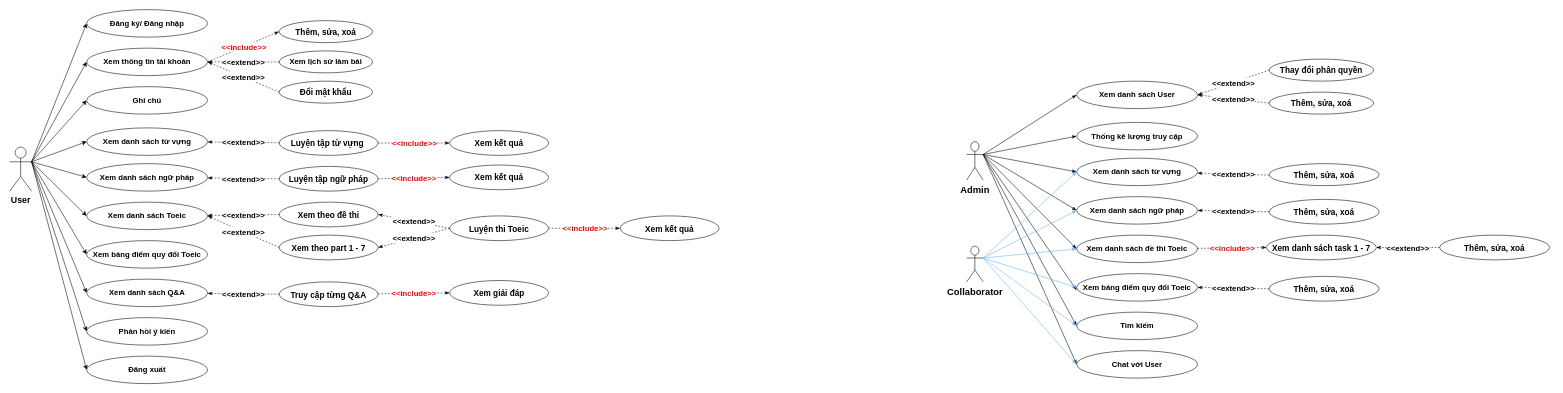
This is page "UCD" (2 of 6) of ToeicTestProjectDiagram.drawio from KimOanh0310/ToeicTestProject, a draw.io file, before an edit. Source tidied: cells renumbered, new cells numbered last; positions are measured from the earlier drawing's top-left corner, leaving out a move shared by most shapes. Both pictures are drawn from the tidied source at 55%, with x=0, y=0 at pixel (9, 9).
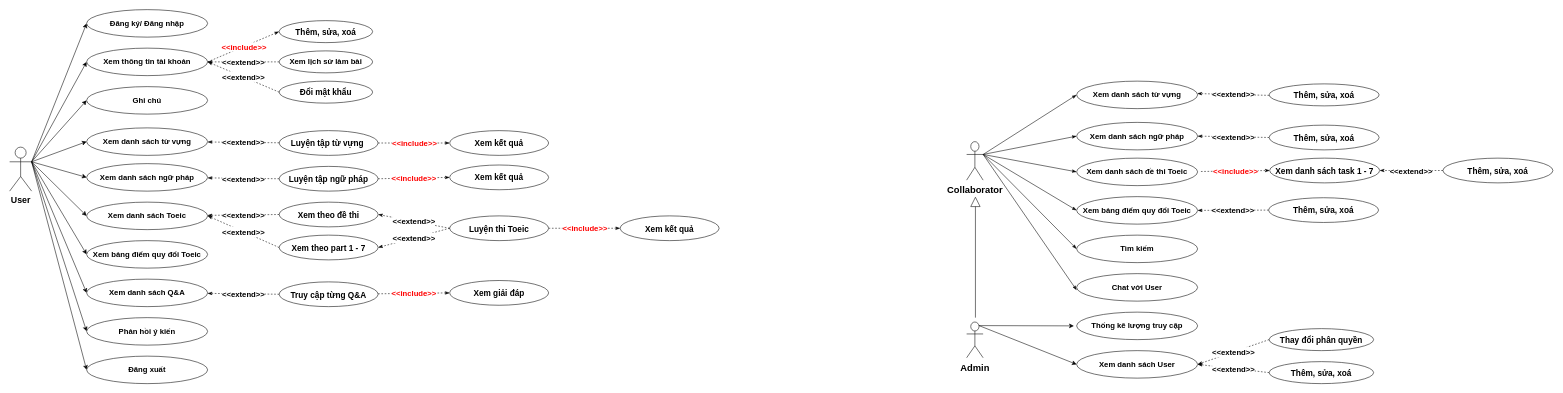
After the change.

Diff of the diagram source:
```diff
@@
-    <mxCell id="64" value="&lt;b&gt;&lt;font style=&quot;font-size: 14px;&quot;&gt;Chat với User&lt;/font&gt;&lt;/b&gt;" style="ellipse;whiteSpace=wrap;html=1;rounded=0;sketch=0;strokeColor=#000000;" parent="1" vertex="1">
+    <mxCell id="64" value="&lt;b&gt;&lt;font style=&quot;font-size: 14px;&quot;&gt;Xem danh sách User&lt;/font&gt;&lt;/b&gt;" style="ellipse;whiteSpace=wrap;html=1;rounded=0;sketch=0;strokeColor=#000000;" parent="1" vertex="1">
       <mxGeometry x="1940" y="620" width="220" height="50" as="geometry" />
     </mxCell>
-    <mxCell id="65" value="&lt;b&gt;&lt;font style=&quot;font-size: 14px;&quot;&gt;Xem danh sách User&lt;/font&gt;&lt;/b&gt;" style="ellipse;whiteSpace=wrap;html=1;rounded=0;sketch=0;strokeColor=#000000;" parent="1" vertex="1">
+    <mxCell id="65" value="&lt;b&gt;&lt;font style=&quot;font-size: 14px;&quot;&gt;Xem danh sách từ vựng&lt;/font&gt;&lt;/b&gt;" style="ellipse;whiteSpace=wrap;html=1;rounded=0;sketch=0;strokeColor=#000000;" parent="1" vertex="1">
       <mxGeometry x="1940" y="130" width="220" height="50" as="geometry" />
     </mxCell>
-    <mxCell id="66" value="&lt;b&gt;&lt;font style=&quot;font-size: 14px;&quot;&gt;Tìm kiếm&lt;/font&gt;&lt;/b&gt;" style="ellipse;whiteSpace=wrap;html=1;rounded=0;sketch=0;strokeColor=#000000;" parent="1" vertex="1">
+    <mxCell id="66" value="&lt;b&gt;&lt;font style=&quot;font-size: 14px;&quot;&gt;Thống kê lượng truy cập&lt;/font&gt;&lt;/b&gt;" style="ellipse;whiteSpace=wrap;html=1;rounded=0;sketch=0;strokeColor=#000000;" parent="1" vertex="1">
       <mxGeometry x="1940" y="550" width="220" height="50" as="geometry" />
     </mxCell>
-    <mxCell id="67" value="&lt;b&gt;&lt;font style=&quot;font-size: 14px;&quot;&gt;Xem danh sách đề thi Toeic&lt;/font&gt;&lt;/b&gt;" style="ellipse;whiteSpace=wrap;html=1;rounded=0;sketch=0;strokeColor=#000000;" parent="1" vertex="1">
+    <mxCell id="67" value="&lt;b&gt;&lt;font style=&quot;font-size: 14px;&quot;&gt;Tìm kiếm&lt;/font&gt;&lt;/b&gt;" style="ellipse;whiteSpace=wrap;html=1;rounded=0;sketch=0;strokeColor=#000000;" parent="1" vertex="1">
       <mxGeometry x="1940" y="410" width="220" height="50" as="geometry" />
     </mxCell>
-    <mxCell id="68" value="&lt;b&gt;&lt;font style=&quot;font-size: 14px;&quot;&gt;Xem bảng điểm quy đổi Toeic&lt;/font&gt;&lt;/b&gt;" style="ellipse;whiteSpace=wrap;html=1;rounded=0;sketch=0;strokeColor=#000000;" parent="1" vertex="1">
+    <mxCell id="68" value="&lt;b&gt;&lt;font style=&quot;font-size: 14px;&quot;&gt;Chat với User&lt;/font&gt;&lt;/b&gt;" style="ellipse;whiteSpace=wrap;html=1;rounded=0;sketch=0;strokeColor=#000000;" parent="1" vertex="1">
       <mxGeometry x="1940" y="480" width="220" height="50" as="geometry" />
     </mxCell>
-    <mxCell id="69" value="&lt;b&gt;&lt;font style=&quot;font-size: 14px;&quot;&gt;Thống kê lượng truy cập&lt;/font&gt;&lt;/b&gt;" style="ellipse;whiteSpace=wrap;html=1;rounded=0;sketch=0;strokeColor=#000000;direction=west;" parent="1" vertex="1">
+    <mxCell id="69" value="&lt;span style=&quot;font-size: 14px;&quot;&gt;&lt;b&gt;Xem danh sách ngữ pháp&lt;/b&gt;&lt;/span&gt;" style="ellipse;whiteSpace=wrap;html=1;rounded=0;sketch=0;strokeColor=#000000;direction=west;" parent="1" vertex="1">
       <mxGeometry x="1940" y="205" width="220" height="50" as="geometry" />
     </mxCell>
-    <mxCell id="70" value="&lt;b&gt;&lt;font style=&quot;font-size: 14px;&quot;&gt;Xem danh sách từ vựng&lt;/font&gt;&lt;/b&gt;" style="ellipse;whiteSpace=wrap;html=1;rounded=0;sketch=0;strokeColor=#000000;" parent="1" vertex="1">
+    <mxCell id="70" value="&lt;font style=&quot;font-size: 14px;&quot;&gt;&lt;b&gt;Xem danh sách đề thi Toeic&lt;/b&gt;&lt;/font&gt;" style="ellipse;whiteSpace=wrap;html=1;rounded=0;sketch=0;strokeColor=#000000;" parent="1" vertex="1">
       <mxGeometry x="1940" y="270" width="220" height="50" as="geometry" />
     </mxCell>
-    <mxCell id="71" value="&lt;b&gt;&lt;font style=&quot;font-size: 14px;&quot;&gt;Xem danh sách ngữ pháp&lt;/font&gt;&lt;/b&gt;" style="ellipse;whiteSpace=wrap;html=1;rounded=0;sketch=0;strokeColor=#000000;" parent="1" vertex="1">
+    <mxCell id="71" value="&lt;b&gt;&lt;font style=&quot;font-size: 14px;&quot;&gt;Xem bảng điểm quy đổi Toeic&lt;/font&gt;&lt;/b&gt;" style="ellipse;whiteSpace=wrap;html=1;rounded=0;sketch=0;strokeColor=#000000;" parent="1" vertex="1">
       <mxGeometry x="1940" y="340" width="220" height="50" as="geometry" />
     </mxCell>
@@
-    <mxCell id="78" style="edgeStyle=none;rounded=1;sketch=0;jettySize=auto;html=1;exitX=1;exitY=0.3333333333333333;exitDx=0;exitDy=0;exitPerimeter=0;entryX=0;entryY=0.5;entryDx=0;entryDy=0;fontSize=17;fontColor=#000000;endArrow=classicThin;endFill=1;strokeColor=#000000;" parent="1" edge="1" source="80" target="66">
-      <mxGeometry relative="1" as="geometry" />
-    </mxCell>
-    <mxCell id="79" style="edgeStyle=none;rounded=1;sketch=0;jettySize=auto;html=1;exitX=1;exitY=0.3333333333333333;exitDx=0;exitDy=0;exitPerimeter=0;entryX=0;entryY=0.5;entryDx=0;entryDy=0;fontSize=17;fontColor=#000000;endArrow=classicThin;endFill=1;strokeColor=#000000;" parent="1" edge="1" source="80" target="64">
-      <mxGeometry relative="1" as="geometry" />
-    </mxCell>
-    <mxCell id="80" value="&lt;b&gt;&lt;font style=&quot;font-size: 17px;&quot;&gt;Admin&lt;/font&gt;&lt;/b&gt;" style="shape=umlActor;verticalLabelPosition=bottom;verticalAlign=top;html=1;outlineConnect=0;rounded=0;sketch=0;fontSize=19;fontColor=#000000;strokeColor=#000000;" parent="1" vertex="1">
+    <mxCell id="80" value="&lt;b&gt;&lt;font style=&quot;font-size: 17px;&quot;&gt;Collaborator&lt;/font&gt;&lt;/b&gt;" style="shape=umlActor;verticalLabelPosition=bottom;verticalAlign=top;html=1;outlineConnect=0;rounded=0;sketch=0;fontSize=19;fontColor=#000000;strokeColor=#000000;" parent="1" vertex="1">
       <mxGeometry x="1740" y="240" width="30" height="70" as="geometry" />
     </mxCell>
-    <mxCell id="81" style="edgeStyle=none;rounded=1;sketch=0;jettySize=auto;html=1;exitX=1;exitY=0.3333333333333333;exitDx=0;exitDy=0;exitPerimeter=0;entryX=0;entryY=0.5;entryDx=0;entryDy=0;fontSize=17;fontColor=#000000;endArrow=classicThin;endFill=1;strokeColor=#66B2FF;fillColor=#0050ef;" parent="1" edge="1" source="87" target="70">
-      <mxGeometry relative="1" as="geometry" />
-    </mxCell>
-    <mxCell id="82" style="edgeStyle=none;rounded=1;sketch=0;jettySize=auto;html=1;exitX=1;exitY=0.3333333333333333;exitDx=0;exitDy=0;exitPerimeter=0;entryX=0;entryY=0.5;entryDx=0;entryDy=0;fontSize=17;fontColor=#000000;endArrow=classicThin;endFill=1;strokeColor=#66B2FF;fillColor=#0050ef;" parent="1" edge="1" source="87" target="71">
-      <mxGeometry relative="1" as="geometry" />
-    </mxCell>
-    <mxCell id="83" style="edgeStyle=none;rounded=1;sketch=0;jettySize=auto;html=1;exitX=1;exitY=0.3333333333333333;exitDx=0;exitDy=0;exitPerimeter=0;entryX=0;entryY=0.5;entryDx=0;entryDy=0;fontSize=17;fontColor=#000000;endArrow=classicThin;endFill=1;strokeColor=#66B2FF;fillColor=#0050ef;" parent="1" edge="1" source="87" target="67">
-      <mxGeometry relative="1" as="geometry" />
-    </mxCell>
-    <mxCell id="84" style="edgeStyle=none;rounded=1;sketch=0;jettySize=auto;html=1;exitX=1;exitY=0.3333333333333333;exitDx=0;exitDy=0;exitPerimeter=0;entryX=0;entryY=0.5;entryDx=0;entryDy=0;fontSize=17;fontColor=#000000;endArrow=classicThin;endFill=1;strokeColor=#66B2FF;fillColor=#0050ef;" parent="1" edge="1" source="87" target="68">
-      <mxGeometry relative="1" as="geometry" />
-    </mxCell>
-    <mxCell id="85" style="edgeStyle=none;rounded=1;sketch=0;jettySize=auto;html=1;exitX=1;exitY=0.3333333333333333;exitDx=0;exitDy=0;exitPerimeter=0;entryX=0;entryY=0.5;entryDx=0;entryDy=0;fontSize=17;fontColor=#000000;endArrow=classicThin;endFill=1;strokeColor=#66B2FF;fillColor=#0050ef;" parent="1" edge="1" source="87" target="66">
-      <mxGeometry relative="1" as="geometry" />
-    </mxCell>
-    <mxCell id="86" style="edgeStyle=none;rounded=1;sketch=0;jettySize=auto;html=1;exitX=1;exitY=0.3333333333333333;exitDx=0;exitDy=0;exitPerimeter=0;entryX=0;entryY=0.5;entryDx=0;entryDy=0;fontSize=17;fontColor=#000000;endArrow=classicThin;endFill=1;strokeColor=#66B2FF;fillColor=#0050ef;" parent="1" edge="1" source="87" target="64">
-      <mxGeometry relative="1" as="geometry" />
-    </mxCell>
-    <mxCell id="87" value="&lt;b&gt;&lt;font style=&quot;font-size: 17px;&quot;&gt;Collaborator&lt;/font&gt;&lt;/b&gt;" style="shape=umlActor;verticalLabelPosition=bottom;verticalAlign=top;html=1;outlineConnect=0;rounded=0;sketch=0;fontSize=19;fontColor=#000000;strokeColor=#000000;" parent="1" vertex="1">
-      <mxGeometry x="1740" y="430" width="30" height="65" as="geometry" />
+    <mxCell id="87" value="&lt;b&gt;&lt;font style=&quot;font-size: 17px;&quot;&gt;Admin&lt;/font&gt;&lt;/b&gt;" style="shape=umlActor;verticalLabelPosition=bottom;verticalAlign=top;html=1;outlineConnect=0;rounded=0;sketch=0;fontSize=19;fontColor=#000000;strokeColor=#000000;" parent="1" vertex="1">
+      <mxGeometry x="1740" y="568" width="30" height="65" as="geometry" />
     </mxCell>
-    <mxCell id="88" value="&lt;b&gt;&lt;font style=&quot;font-size: 15px;&quot;&gt;Thay đổi phân quyền&lt;/font&gt;&lt;/b&gt;" style="ellipse;whiteSpace=wrap;html=1;rounded=0;sketch=0;fontSize=12;strokeColor=#000000;" parent="1" vertex="1">
-      <mxGeometry x="2290" y="90" width="190" height="40" as="geometry" />
-    </mxCell>
-    <mxCell id="89" value="&lt;b&gt;&lt;font style=&quot;font-size: 15px;&quot;&gt;Thêm, sửa, xoá&lt;/font&gt;&lt;/b&gt;" style="ellipse;whiteSpace=wrap;html=1;rounded=0;sketch=0;fontSize=12;strokeColor=#000000;" parent="1" vertex="1">
-      <mxGeometry x="2290" y="150" width="190" height="40" as="geometry" />
-    </mxCell>
-    <mxCell id="90" value="&lt;font style=&quot;font-size: 14px;&quot;&gt;&lt;b&gt;&amp;lt;&amp;lt;extend&amp;gt;&amp;gt;&lt;/b&gt;&lt;/font&gt;" style="endArrow=classicThin;html=1;rounded=1;dashed=1;sketch=0;fontSize=16;strokeColor=#000000;endFill=1;exitX=0;exitY=0.5;exitDx=0;exitDy=0;" parent="1" edge="1" target="70">
+    <mxCell id="90" value="&lt;font style=&quot;font-size: 14px;&quot;&gt;&lt;b&gt;&amp;lt;&amp;lt;extend&amp;gt;&amp;gt;&lt;/b&gt;&lt;/font&gt;" style="endArrow=classicThin;html=1;rounded=1;dashed=1;sketch=0;fontSize=16;strokeColor=#000000;endFill=1;exitX=0;exitY=0.5;exitDx=0;exitDy=0;" parent="1" edge="1">
       <mxGeometry relative="1" as="geometry">
-        <mxPoint x="2290" y="300.9" as="sourcePoint" />
+        <mxPoint x="2290" y="155.9" as="sourcePoint" />
+        <mxPoint x="2159.4" y="152.6" as="targetPoint" />
       </mxGeometry>
     </mxCell>
@@
-    <mxCell id="92" value="&lt;font style=&quot;font-size: 14px;&quot;&gt;&lt;b&gt;&amp;lt;&amp;lt;extend&amp;gt;&amp;gt;&lt;/b&gt;&lt;/font&gt;" style="endArrow=classicThin;html=1;rounded=1;dashed=1;sketch=0;fontSize=16;strokeColor=#000000;endFill=1;exitX=0;exitY=0.5;exitDx=0;exitDy=0;entryX=1;entryY=0.5;entryDx=0;entryDy=0;" parent="1" edge="1" source="88" target="65">
-      <mxGeometry relative="1" as="geometry" />
-    </mxCell>
-    <mxCell id="93" style="edgeLabel;html=1;align=center;verticalAlign=middle;rounded=0;sketch=0;fontSize=16;strokeColor=#000000;" parent="92" vertex="1">
-      <mxGeometry relative="1" as="geometry" />
-    </mxCell>
-    <mxCell id="94" value="&lt;font style=&quot;font-size: 14px;&quot;&gt;&lt;b&gt;&amp;lt;&amp;lt;extend&amp;gt;&amp;gt;&lt;/b&gt;&lt;/font&gt;" style="endArrow=classicThin;html=1;rounded=1;dashed=1;sketch=0;fontSize=16;strokeColor=#000000;endFill=1;exitX=0;exitY=0.5;exitDx=0;exitDy=0;entryX=1;entryY=0.5;entryDx=0;entryDy=0;" parent="1" edge="1" source="100" target="68">
-      <mxGeometry relative="1" as="geometry" />
+    <mxCell id="94" value="&lt;font style=&quot;font-size: 14px;&quot;&gt;&lt;b&gt;&amp;lt;&amp;lt;extend&amp;gt;&amp;gt;&lt;/b&gt;&lt;/font&gt;" style="endArrow=classicThin;html=1;rounded=1;dashed=1;sketch=0;fontSize=16;strokeColor=#000000;endFill=1;exitX=0;exitY=0.5;exitDx=0;exitDy=0;" parent="1" edge="1" source="100">
+      <mxGeometry relative="1" as="geometry">
+        <mxPoint x="2160" y="365" as="targetPoint" />
+      </mxGeometry>
     </mxCell>
@@
-    <mxCell id="96" value="&lt;font style=&quot;font-size: 14px;&quot;&gt;&lt;b&gt;&amp;lt;&amp;lt;extend&amp;gt;&amp;gt;&lt;/b&gt;&lt;/font&gt;" style="endArrow=classicThin;html=1;rounded=1;dashed=1;sketch=0;fontSize=16;strokeColor=#000000;endFill=1;exitX=0;exitY=0.5;exitDx=0;exitDy=0;entryX=1;entryY=0.5;entryDx=0;entryDy=0;" parent="1" edge="1" source="102" target="71">
-      <mxGeometry relative="1" as="geometry" />
+    <mxCell id="96" value="&lt;font style=&quot;font-size: 14px;&quot;&gt;&lt;b&gt;&amp;lt;&amp;lt;extend&amp;gt;&amp;gt;&lt;/b&gt;&lt;/font&gt;" style="endArrow=classicThin;html=1;rounded=1;dashed=1;sketch=0;fontSize=16;strokeColor=#000000;endFill=1;exitX=0;exitY=0.5;exitDx=0;exitDy=0;entryX=1;entryY=0.5;entryDx=0;entryDy=0;" parent="1" edge="1" source="102">
+      <mxGeometry relative="1" as="geometry">
+        <mxPoint x="2160" y="230" as="targetPoint" />
+      </mxGeometry>
     </mxCell>
@@
-    <mxCell id="98" value="&lt;font style=&quot;font-size: 14px;&quot;&gt;&lt;b&gt;&amp;lt;&amp;lt;extend&amp;gt;&amp;gt;&lt;/b&gt;&lt;/font&gt;" style="endArrow=classicThin;html=1;rounded=1;dashed=1;sketch=0;fontSize=16;strokeColor=#000000;endFill=1;exitX=0;exitY=0.5;exitDx=0;exitDy=0;entryX=1;entryY=0.5;entryDx=0;entryDy=0;" parent="1" edge="1" source="89" target="65">
-      <mxGeometry relative="1" as="geometry" />
-    </mxCell>
-    <mxCell id="99" style="edgeLabel;html=1;align=center;verticalAlign=middle;rounded=0;sketch=0;fontSize=16;strokeColor=#000000;" parent="98" vertex="1">
-      <mxGeometry relative="1" as="geometry" />
-    </mxCell>
     <mxCell id="100" value="&lt;b&gt;&lt;font style=&quot;font-size: 15px;&quot;&gt;Thêm, sửa, xoá&lt;/font&gt;&lt;/b&gt;" style="ellipse;whiteSpace=wrap;html=1;rounded=0;sketch=0;fontSize=12;strokeColor=#000000;" parent="1" vertex="1">
-      <mxGeometry x="2290" y="485" width="200" height="45" as="geometry" />
+      <mxGeometry x="2289" y="342" width="200" height="45" as="geometry" />
     </mxCell>
     <mxCell id="101" value="&lt;b&gt;&lt;font style=&quot;font-size: 15px;&quot;&gt;Thêm, sửa, xoá&lt;/font&gt;&lt;/b&gt;" style="ellipse;whiteSpace=wrap;html=1;rounded=0;sketch=0;fontSize=12;strokeColor=#000000;" parent="1" vertex="1">
-      <mxGeometry x="2290" y="280" width="200" height="40" as="geometry" />
+      <mxGeometry x="2290" y="135" width="200" height="40" as="geometry" />
     </mxCell>
     <mxCell id="102" value="&lt;b&gt;&lt;font style=&quot;font-size: 15px;&quot;&gt;Thêm, sửa, xoá&lt;/font&gt;&lt;/b&gt;" style="ellipse;whiteSpace=wrap;html=1;rounded=0;sketch=0;fontSize=12;strokeColor=#000000;" parent="1" vertex="1">
-      <mxGeometry x="2290" y="345" width="200" height="45" as="geometry" />
+      <mxGeometry x="2290" y="210" width="200" height="45" as="geometry" />
     </mxCell>
     <mxCell id="103" value="&lt;b&gt;&lt;font style=&quot;font-size: 15px;&quot;&gt;Xem danh sách task 1 - 7&lt;/font&gt;&lt;/b&gt;" style="ellipse;whiteSpace=wrap;html=1;rounded=0;sketch=0;fontSize=12;strokeColor=#000000;" parent="1" vertex="1">
-      <mxGeometry x="2285" y="410" width="200" height="45" as="geometry" />
+      <mxGeometry x="2291" y="270" width="200" height="45" as="geometry" />
     </mxCell>
-    <mxCell id="104" style="endArrow=classicThin;html=1;rounded=1;dashed=1;sketch=0;fontSize=14;strokeColor=#000000;entryX=0;entryY=0.5;entryDx=0;entryDy=0;endFill=1;" parent="1" edge="1" source="67" target="103">
-      <mxGeometry relative="1" as="geometry" />
+    <mxCell id="104" style="endArrow=classicThin;html=1;rounded=1;dashed=1;sketch=0;fontSize=14;strokeColor=#000000;entryX=0;entryY=0.5;entryDx=0;entryDy=0;endFill=1;" parent="1" edge="1" target="103">
+      <mxGeometry relative="1" as="geometry">
+        <mxPoint x="2166" y="294.3" as="sourcePoint" />
+      </mxGeometry>
     </mxCell>
@@
     <mxCell id="106" value="&lt;b&gt;&lt;font style=&quot;font-size: 15px;&quot;&gt;Thêm, sửa, xoá&lt;/font&gt;&lt;/b&gt;" style="ellipse;whiteSpace=wrap;html=1;rounded=0;sketch=0;fontSize=12;strokeColor=#000000;" parent="1" vertex="1">
-      <mxGeometry x="2600" y="410" width="200" height="45" as="geometry" />
+      <mxGeometry x="2606" y="270" width="200" height="45" as="geometry" />
     </mxCell>
@@
+    <mxCell id="88" value="&lt;b&gt;&lt;font style=&quot;font-size: 15px;&quot;&gt;Thay đổi phân quyền&lt;/font&gt;&lt;/b&gt;" style="ellipse;whiteSpace=wrap;html=1;rounded=0;sketch=0;fontSize=12;strokeColor=#000000;" parent="1" vertex="1">
+      <mxGeometry x="2290" y="580" width="190" height="40" as="geometry" />
+    </mxCell>
+    <mxCell id="89" value="&lt;b&gt;&lt;font style=&quot;font-size: 15px;&quot;&gt;Thêm, sửa, xoá&lt;/font&gt;&lt;/b&gt;" style="ellipse;whiteSpace=wrap;html=1;rounded=0;sketch=0;fontSize=12;strokeColor=#000000;" parent="1" vertex="1">
+      <mxGeometry x="2290" y="640" width="190" height="40" as="geometry" />
+    </mxCell>
+    <mxCell id="109" value="&lt;font style=&quot;font-size: 14px;&quot;&gt;&lt;b&gt;&amp;lt;&amp;lt;extend&amp;gt;&amp;gt;&lt;/b&gt;&lt;/font&gt;" style="endArrow=classicThin;html=1;rounded=1;dashed=1;sketch=0;fontSize=16;strokeColor=#000000;endFill=1;exitX=0;exitY=0.5;exitDx=0;exitDy=0;entryX=1;entryY=0.5;entryDx=0;entryDy=0;" parent="1" edge="1" source="88">
+      <mxGeometry relative="1" as="geometry">
+        <mxPoint x="2160" y="645" as="targetPoint" />
+      </mxGeometry>
+    </mxCell>
+    <mxCell id="110" style="edgeLabel;html=1;align=center;verticalAlign=middle;rounded=0;sketch=0;fontSize=16;strokeColor=#000000;" parent="109" vertex="1">
+      <mxGeometry relative="1" as="geometry" />
+    </mxCell>
+    <mxCell id="111" value="&lt;font style=&quot;font-size: 14px;&quot;&gt;&lt;b&gt;&amp;lt;&amp;lt;extend&amp;gt;&amp;gt;&lt;/b&gt;&lt;/font&gt;" style="endArrow=classicThin;html=1;rounded=1;dashed=1;sketch=0;fontSize=16;strokeColor=#000000;endFill=1;exitX=0;exitY=0.5;exitDx=0;exitDy=0;entryX=1;entryY=0.5;entryDx=0;entryDy=0;" parent="1" edge="1" source="89">
+      <mxGeometry relative="1" as="geometry">
+        <mxPoint x="2160" y="645" as="targetPoint" />
+      </mxGeometry>
+    </mxCell>
+    <mxCell id="112" style="edgeLabel;html=1;align=center;verticalAlign=middle;rounded=0;sketch=0;fontSize=16;strokeColor=#000000;" parent="111" vertex="1">
+      <mxGeometry relative="1" as="geometry" />
+    </mxCell>
+    <mxCell id="113" style="endArrow=block;endSize=16;endFill=0;html=1;rounded=0;fontSize=14;targetPerimeterSpacing=5;strokeWidth=1;" parent="1" edge="1">
+      <mxGeometry x="-1" y="392" relative="1" as="geometry">
+        <mxPoint x="1756" y="560" as="sourcePoint" />
+        <mxPoint x="1756" y="340" as="targetPoint" />
+        <mxPoint x="-390" y="352" as="offset" />
+      </mxGeometry>
+    </mxCell>
+    <mxCell id="85" style="endArrow=classic;html=1;rounded=0;fontSize=14;targetPerimeterSpacing=5;strokeWidth=1;exitX=0.75;exitY=0.1;exitDx=0;exitDy=0;exitPerimeter=0;" parent="1" edge="1" source="87" target="66">
+      <mxGeometry relative="1" as="geometry" />
+    </mxCell>
+    <mxCell id="114" style="endArrow=classic;html=1;rounded=0;fontSize=14;targetPerimeterSpacing=5;strokeWidth=1;exitX=0.75;exitY=0.1;exitDx=0;exitDy=0;exitPerimeter=0;" parent="1" edge="1" source="87">
+      <mxGeometry relative="1" as="geometry">
+        <mxPoint x="1940" y="645" as="targetPoint" />
+      </mxGeometry>
+    </mxCell>
```
